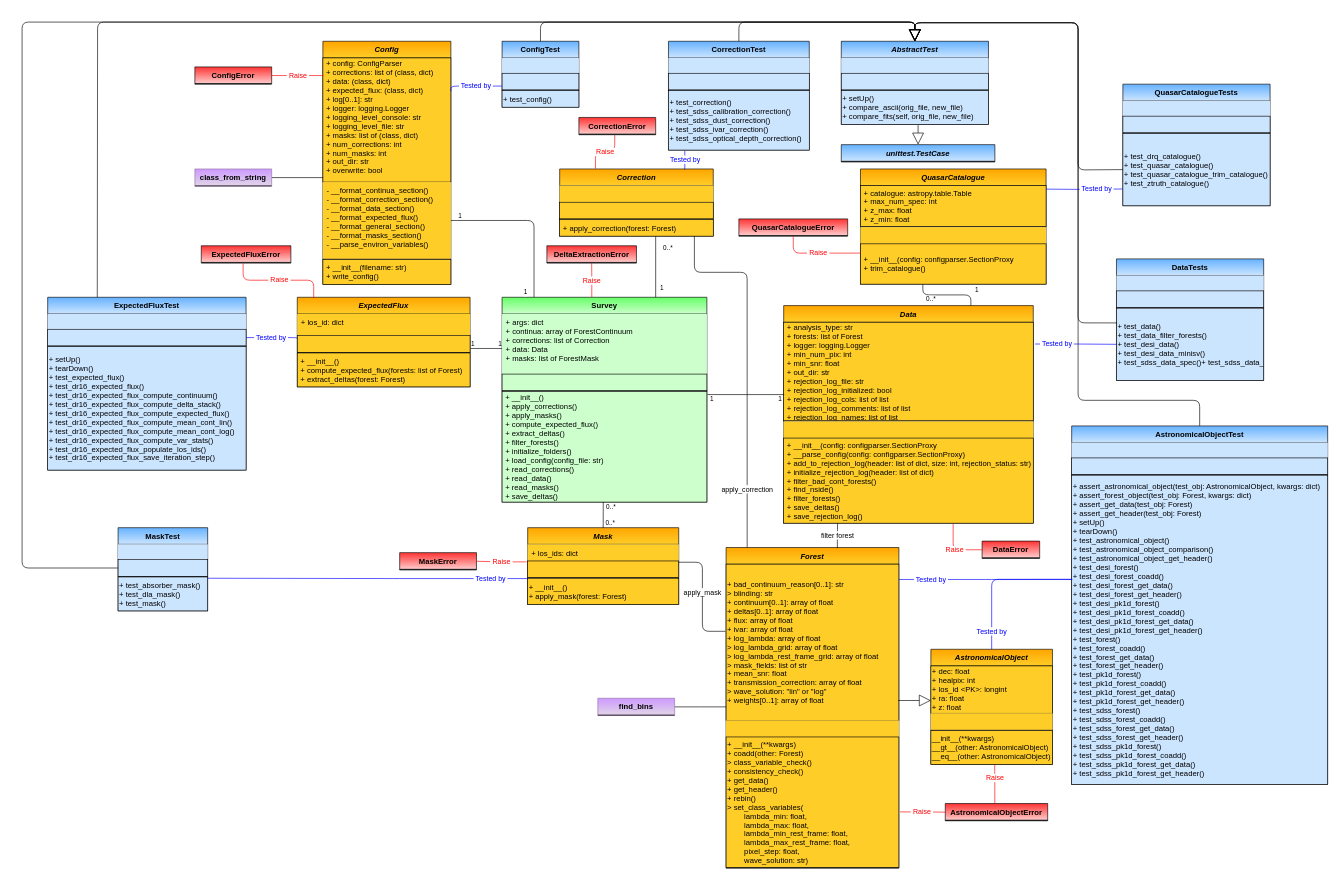
Above: page "Main" (1 of 7) of docs/delta_extraction/data_model/data_model.drawio in igmhub/picca (draw.io), before the change. Source tidied: cells renumbered, new cells numbered last; positions are measured from the earlier drawing's top-left corner, leaving out a move shared by most shapes. Both pictures are drawn from the tidied source at 64%, with x=0, y=0 at pixel (22, 22).
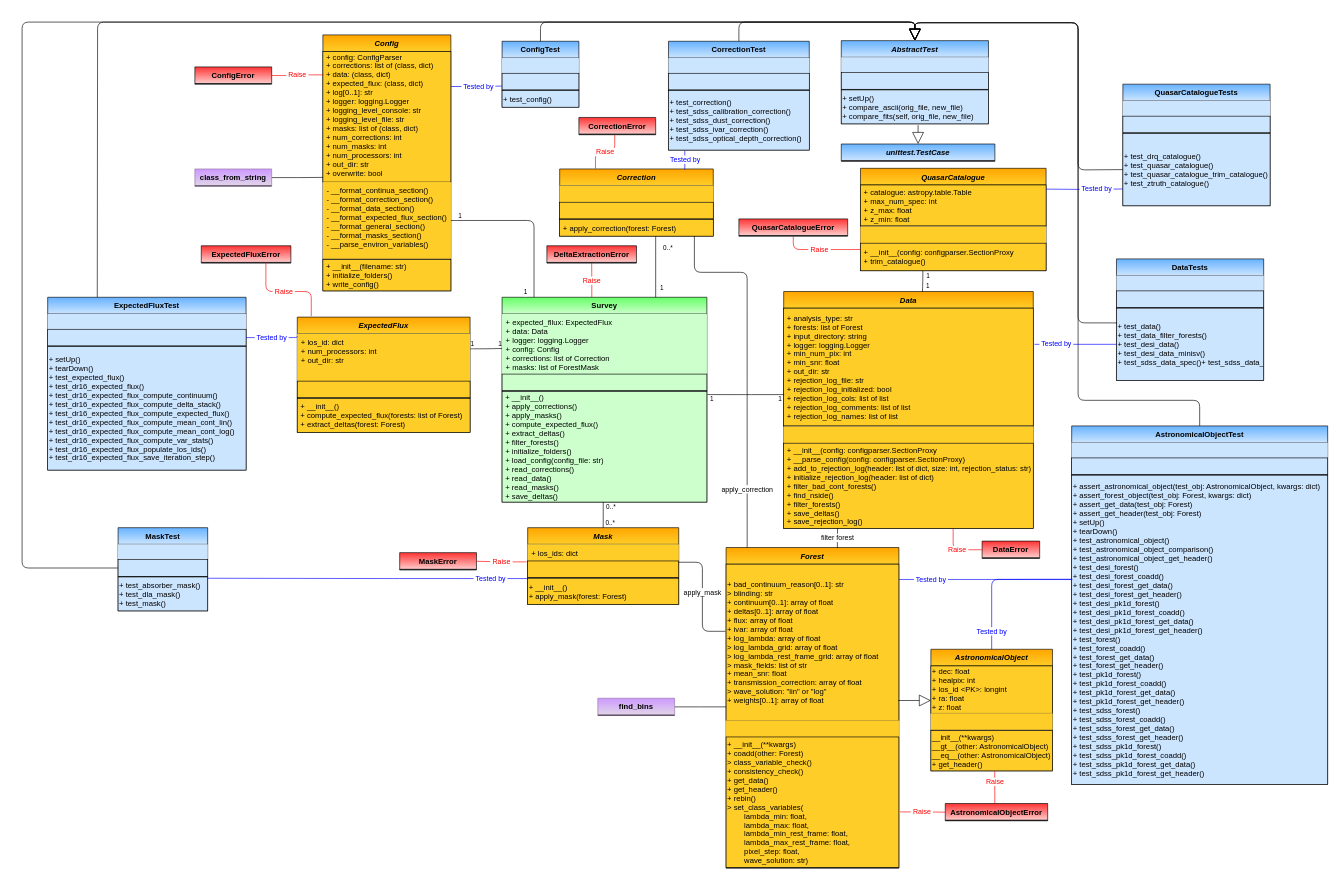
Above is the later version.

Commit message (it also covers changes not shown here):
updated data model

Unchanged cells that the change refers to:
```xml
<mxCell id="8" value="Survey" style="swimlane;fontStyle=1;horizontal=1;startSize=26;swimlaneFillColor=#ffffff;rounded=0;shadow=0;glass=0;comic=0;strokeColor=#000000;swimlaneLine=1;gradientDirection=north;fillColor=#CCFFCC;gradientColor=#66FF66;" parent="1" vertex="1">
  <mxGeometry x="750" y="430" width="320" height="320" as="geometry" />
</mxCell>
<mxCell id="51" value="ConfigError" style="swimlane;fontStyle=1;horizontal=1;startSize=26;swimlaneFillColor=#ffffff;rounded=0;shadow=0;glass=0;comic=0;strokeColor=#000000;swimlaneLine=1;gradientDirection=north;fillColor=#FFCCCC;gradientColor=#FF3333;" parent="1" vertex="1">
  <mxGeometry x="270" y="70" width="120" height="27" as="geometry" />
</mxCell>
<mxCell id="87" style="text;strokeColor=#000000;align=left;verticalAlign=middle;overflow=hidden;points=[[0,0.5],[1,0.5]];portConstraint=eastwest;rounded=0;shadow=0;glass=0;comic=0;fontStyle=0;gradientColor=none;swimlaneFillColor=#ffffff;gradientDirection=north;startSize=26;fillColor=#CCE5FF;" parent="85" vertex="1">
  <mxGeometry y="50" width="310" height="26" as="geometry" />
</mxCell>
<mxCell id="156" value="+ test_data()&#10;+ test_data_filter_forests()&#10;+ test_desi_data()&#10;+ test_desi_data_minisv()&#10;+ test_sdss_data_spec()+ test_sdss_data_spplate()" style="text;strokeColor=#000000;align=left;verticalAlign=middle;overflow=hidden;points=[[0,0.5],[1,0.5]];portConstraint=eastwest;rounded=0;shadow=0;glass=0;comic=0;fontStyle=0;gradientColor=none;swimlaneFillColor=#ffffff;gradientDirection=north;startSize=26;fillColor=#CCE5FF;" parent="152" vertex="1">
  <mxGeometry y="77" width="230" height="113" as="geometry" />
</mxCell>
<mxCell id="172" style="line;strokeWidth=1;fillColor=none;align=left;verticalAlign=middle;spacingTop=-1;spacingLeft=3;spacingRight=3;labelPosition=right;points=[];portConstraint=eastwest;rounded=0;shadow=0;glass=0;comic=0;" parent="171" vertex="1">
  <mxGeometry y="26" width="140" height="1" as="geometry" />
</mxCell>
```

Diff of the diagram source:
```diff
@@
-    <mxCell id="5" style="endArrow=none;html=1;edgeStyle=orthogonalEdgeStyle;entryX=0;entryY=0.25;entryDx=0;entryDy=0;exitX=1.003;exitY=0.775;exitDx=0;exitDy=0;exitPerimeter=0;" parent="1" edge="1" source="30" target="8">
-      <mxGeometry relative="1" as="geometry">
-        <Array as="points">
-          <mxPoint x="750" y="510" />
-        </Array>
-      </mxGeometry>
+    <mxCell id="5" style="endArrow=none;html=1;edgeStyle=orthogonalEdgeStyle;entryX=0;entryY=0.25;entryDx=0;entryDy=0;exitX=1;exitY=0.318;exitDx=0;exitDy=0;exitPerimeter=0;" parent="1" edge="1" source="29" target="8">
+      <mxGeometry relative="1" as="geometry" />
     </mxCell>
@@
-    <mxCell id="9" value="+ args: dict&#10;+ continua: array of ForestContinuum&#10;+ corrections: list of Correction&#10;+ data: Data&#10;+ masks: list of ForestMask&#10;" style="text;strokeColor=none;align=left;verticalAlign=top;spacingLeft=4;spacingRight=4;overflow=hidden;gradientColor=none;fillColor=#CCFFCC;" parent="8" vertex="1">
+    <mxCell id="9" value="+ expected_fllux: ExpectedFlux&#10;+ data: Data&#10;+ logger: logging.Logger&#10;+ config: Config&#10;+ corrections: list of Correction&#10;+ masks: list of ForestMask" style="text;strokeColor=none;align=left;verticalAlign=top;spacingLeft=4;spacingRight=4;overflow=hidden;gradientColor=none;fillColor=#CCFFCC;" parent="8" vertex="1">
       <mxGeometry y="26" width="320" height="94" as="geometry" />
     </mxCell>
@@
     <mxCell id="28" value="ExpectedFlux" style="swimlane;fontStyle=3;horizontal=1;startSize=26;fillColor=#ffcd28;swimlaneFillColor=#ffffff;rounded=0;shadow=0;glass=0;comic=0;strokeColor=#000000;gradientColor=#ffa500;swimlaneLine=1;gradientDirection=north;" parent="1" vertex="1">
-      <mxGeometry x="430" y="430" width="270" height="140" as="geometry" />
+      <mxGeometry x="430" y="461" width="270" height="180" as="geometry" />
     </mxCell>
-    <mxCell id="29" value="+ los_id: dict" style="text;strokeColor=none;fillColor=#ffcd28;align=left;verticalAlign=top;spacingLeft=4;spacingRight=4;overflow=hidden;points=[[0,0.5],[1,0.5]];portConstraint=eastwest;gradientColor=none;" parent="28" vertex="1">
-      <mxGeometry y="26" width="270" height="34" as="geometry" />
+    <mxCell id="29" value="+ los_id: dict&#10;+ num_processors: int&#10;+ out_dir: str" style="text;strokeColor=none;fillColor=#ffcd28;align=left;verticalAlign=top;spacingLeft=4;spacingRight=4;overflow=hidden;points=[[0,0.5],[1,0.5]];portConstraint=eastwest;gradientColor=none;" parent="28" vertex="1">
+      <mxGeometry y="26" width="270" height="74" as="geometry" />
     </mxCell>
     <mxCell id="30" style="text;strokeColor=#000000;fillColor=#ffcd28;align=left;verticalAlign=middle;overflow=hidden;points=[[0,0.5],[1,0.5]];portConstraint=eastwest;rounded=0;shadow=0;glass=0;comic=0;fontStyle=0;gradientColor=none;swimlaneFillColor=#ffffff;gradientDirection=north;startSize=26;" parent="28" vertex="1">
-      <mxGeometry y="60" width="270" height="26" as="geometry" />
+      <mxGeometry y="100" width="270" height="26" as="geometry" />
     </mxCell>
     <mxCell id="31" style="line;strokeWidth=1;fillColor=none;align=left;verticalAlign=middle;spacingTop=-1;spacingLeft=3;spacingRight=3;labelPosition=right;rounded=0;shadow=0;glass=0;comic=0;" parent="28" vertex="1">
-      <mxGeometry y="86" width="270" height="1" as="geometry" />
+      <mxGeometry y="126" width="270" height="1" as="geometry" />
     </mxCell>
     <mxCell id="32" value=" + __init__()&#10; + compute_expected_flux(forests: list of Forest)&#10; + extract_deltas(forest: Forest)" style="text;strokeColor=#000000;fillColor=#ffcd28;align=left;verticalAlign=middle;overflow=hidden;rounded=0;shadow=0;glass=0;comic=0;fontStyle=0;gradientColor=none;swimlaneFillColor=#ffffff;gradientDirection=north;startSize=26;" parent="28" vertex="1">
-      <mxGeometry y="87" width="270" height="53" as="geometry" />
+      <mxGeometry y="127" width="270" height="53" as="geometry" />
     </mxCell>
     <mxCell id="33" value="Config" style="swimlane;fontStyle=3;horizontal=1;startSize=26;fillColor=#ffcd28;swimlaneFillColor=#ffffff;rounded=0;shadow=0;glass=0;comic=0;strokeColor=#000000;gradientColor=#ffa500;swimlaneLine=1;gradientDirection=north;" parent="1" vertex="1">
-      <mxGeometry x="470" y="30" width="200" height="380" as="geometry" />
+      <mxGeometry x="470" y="20" width="200" height="400" as="geometry" />
     </mxCell>
-    <mxCell id="34" value=" + config: ConfigParser&#10; + corrections: list of (class, dict)&#10; + data: (class, dict)&#10; + expected_flux: (class, dict)&#10; + log[0..1]: str&#10; + logger: logging.Logger&#10; + logging_level_console: str&#10; + logging_level_file: str&#10; + masks: list of (class, dict)&#10; + num_corrections: int&#10; + num_masks: int&#10; + out_dir: str&#10; + overwrite: bool&#10;" style="text;strokeColor=#000000;fillColor=#ffcd28;align=left;verticalAlign=middle;overflow=hidden;points=[[0,0.5],[1,0.5]];portConstraint=eastwest;rounded=0;shadow=0;glass=0;comic=0;fontStyle=0;gradientColor=none;swimlaneFillColor=#ffffff;gradientDirection=north;startSize=26;" parent="33" vertex="1">
-      <mxGeometry y="26" width="200" height="194" as="geometry" />
+    <mxCell id="34" value=" + config: ConfigParser&#10; + corrections: list of (class, dict)&#10; + data: (class, dict)&#10; + expected_flux: (class, dict)&#10; + log[0..1]: str&#10; + logger: logging.Logger&#10; + logging_level_console: str&#10; + logging_level_file: str&#10; + masks: list of (class, dict)&#10; + num_corrections: int&#10; + num_masks: int&#10; + num_processors: int&#10; + out_dir: str&#10; + overwrite: bool&#10;" style="text;strokeColor=#000000;fillColor=#ffcd28;align=left;verticalAlign=middle;overflow=hidden;points=[[0,0.5],[1,0.5]];portConstraint=eastwest;rounded=0;shadow=0;glass=0;comic=0;fontStyle=0;gradientColor=none;swimlaneFillColor=#ffffff;gradientDirection=north;startSize=26;" parent="33" vertex="1">
+      <mxGeometry y="26" width="200" height="204" as="geometry" />
     </mxCell>
-    <mxCell id="35" value="- __format_continua_section()&#10;- __format_correction_section()&#10;- __format_data_section()&#10;- __format_expected_flux()&#10;- __format_general_section()&#10;- __format_masks_section()&#10;- __parse_environ_variables()" style="text;strokeColor=none;fillColor=#ffcd28;align=left;verticalAlign=top;spacingLeft=4;spacingRight=4;overflow=hidden;points=[[0,0.5],[1,0.5]];portConstraint=eastwest;gradientColor=none;" parent="33" vertex="1">
-      <mxGeometry y="220" width="200" height="120" as="geometry" />
+    <mxCell id="35" value="- __format_continua_section()&#10;- __format_correction_section()&#10;- __format_data_section()&#10;- __format_expected_flux_section()&#10;- __format_general_section()&#10;- __format_masks_section()&#10;- __parse_environ_variables()" style="text;strokeColor=none;fillColor=#ffcd28;align=left;verticalAlign=top;spacingLeft=4;spacingRight=4;overflow=hidden;points=[[0,0.5],[1,0.5]];portConstraint=eastwest;gradientColor=none;" parent="33" vertex="1">
+      <mxGeometry y="230" width="200" height="120" as="geometry" />
     </mxCell>
     <mxCell id="36" style="line;strokeWidth=1;fillColor=none;align=left;verticalAlign=middle;spacingTop=-1;spacingLeft=3;spacingRight=3;labelPosition=right;rounded=0;shadow=0;glass=0;comic=0;" parent="33" vertex="1">
-      <mxGeometry y="340" width="200" height="1" as="geometry" />
+      <mxGeometry y="350" width="200" height="1" as="geometry" />
     </mxCell>
-    <mxCell id="37" value=" + __init__(filename: str)&#10; + write_config()" style="text;strokeColor=#000000;fillColor=#ffcd28;align=left;verticalAlign=middle;overflow=hidden;rounded=0;shadow=0;glass=0;comic=0;fontStyle=0;gradientColor=none;swimlaneFillColor=#ffffff;gradientDirection=north;startSize=26;" parent="33" vertex="1">
-      <mxGeometry y="341" width="200" height="39" as="geometry" />
+    <mxCell id="37" value=" + __init__(filename: str)&#10; + initialize_folders()&#10; + write_config()" style="text;strokeColor=#000000;fillColor=#ffcd28;align=left;verticalAlign=middle;overflow=hidden;rounded=0;shadow=0;glass=0;comic=0;fontStyle=0;gradientColor=none;swimlaneFillColor=#ffffff;gradientDirection=north;startSize=26;" parent="33" vertex="1">
+      <mxGeometry y="351" width="200" height="49" as="geometry" />
     </mxCell>
@@
     <mxCell id="62" value="AbstractTest" style="swimlane;fontStyle=3;horizontal=1;startSize=26;swimlaneFillColor=#ffffff;rounded=0;shadow=0;glass=0;comic=0;strokeColor=#000000;swimlaneLine=1;gradientDirection=north;gradientColor=#66B2FF;fillColor=#CCE5FF;" parent="1" vertex="1">
-      <mxGeometry x="1280" y="30" width="230" height="130" as="geometry" />
+      <mxGeometry x="1280" y="29" width="230" height="130" as="geometry" />
     </mxCell>
@@
-    <mxCell id="76" value="&amp;nbsp;Raise&amp;nbsp;" style="endArrow=none;html=1;edgeStyle=orthogonalEdgeStyle;entryX=1;entryY=0.5;entryDx=0;entryDy=0;exitX=0.004;exitY=0.142;exitDx=0;exitDy=0;exitPerimeter=0;strokeColor=#FF0000;fontColor=#FF0000;" parent="1" edge="1" source="34" target="51">
+    <mxCell id="76" value="&amp;nbsp;Raise&amp;nbsp;" style="endArrow=none;html=1;edgeStyle=orthogonalEdgeStyle;entryX=1;entryY=0.5;entryDx=0;entryDy=0;exitX=0.005;exitY=0.179;exitDx=0;exitDy=0;exitPerimeter=0;strokeColor=#FF0000;fontColor=#FF0000;" parent="1" edge="1" source="34" target="51">
       <mxGeometry relative="1" as="geometry" />
     </mxCell>
@@
     <mxCell id="95" value="Data" style="swimlane;fontStyle=3;horizontal=1;startSize=26;fillColor=#ffcd28;swimlaneFillColor=#ffffff;rounded=0;shadow=0;glass=0;comic=0;strokeColor=#000000;gradientColor=#ffa500;swimlaneLine=1;gradientDirection=north;" parent="1" vertex="1">
-      <mxGeometry x="1190" y="443" width="390" height="340" as="geometry" />
+      <mxGeometry x="1190" y="421" width="390" height="370" as="geometry" />
     </mxCell>
-    <mxCell id="96" value=" + analysis_type: str&#10; + forests: list of Forest&#10; + logger: logging.Logger&#10; + min_num_pix: int&#10; + min_snr: float&#10; + out_dir: str&#10; + rejection_log_file: str&#10; + rejection_log_initialized: bool&#10; + rejection_log_cols: list of list&#10; + rejection_log_comments: list of list&#10; + rejection_log_names: list of list" style="text;strokeColor=#000000;fillColor=#ffcd28;align=left;verticalAlign=middle;overflow=hidden;points=[[0,0.5],[1,0.5]];portConstraint=eastwest;rounded=0;shadow=0;glass=0;comic=0;fontStyle=0;gradientColor=none;swimlaneFillColor=#ffffff;gradientDirection=north;startSize=26;" parent="95" vertex="1">
-      <mxGeometry y="26" width="390" height="154" as="geometry" />
+    <mxCell id="96" value=" + analysis_type: str&#10; + forests: list of Forest&#10; + input_directory: string&#10; + logger: logging.Logger&#10; + min_num_pix: int&#10; + min_snr: float&#10; + out_dir: str&#10; + rejection_log_file: str&#10; + rejection_log_initialized: bool&#10; + rejection_log_cols: list of list&#10; + rejection_log_comments: list of list&#10; + rejection_log_names: list of list" style="text;strokeColor=#000000;fillColor=#ffcd28;align=left;verticalAlign=middle;overflow=hidden;points=[[0,0.5],[1,0.5]];portConstraint=eastwest;rounded=0;shadow=0;glass=0;comic=0;fontStyle=0;gradientColor=none;swimlaneFillColor=#ffffff;gradientDirection=north;startSize=26;" parent="95" vertex="1">
+      <mxGeometry y="26" width="390" height="184" as="geometry" />
     </mxCell>
     <mxCell id="97" style="line;strokeWidth=1;fillColor=none;align=left;verticalAlign=middle;spacingTop=-1;spacingLeft=3;spacingRight=3;labelPosition=right;rounded=0;shadow=0;glass=0;comic=0;" parent="95" vertex="1">
-      <mxGeometry y="180" width="390" height="1" as="geometry" />
+      <mxGeometry y="210" width="390" height="1" as="geometry" />
     </mxCell>
     <mxCell id="98" style="text;strokeColor=none;fillColor=#ffcd28;align=left;verticalAlign=top;spacingLeft=4;spacingRight=4;overflow=hidden;gradientColor=none;" parent="95" vertex="1">
-      <mxGeometry y="181" width="390" height="26" as="geometry" />
+      <mxGeometry y="211" width="390" height="26" as="geometry" />
     </mxCell>
     <mxCell id="99" value=" + __init__(config: configparser.SectionProxy&#10; + __parse_config(config: configparser.SectionProxy)&#10; + add_to_rejection_log(header: list of dict, size: int, rejection_status: str)&#10; + initialize_rejection_log(header: list of dict)&#10; + filter_bad_cont_forests()&#10; + find_nside()&#10; + filter_forests()&#10; + save_deltas()&#10; + save_rejection_log()" style="text;strokeColor=#000000;fillColor=#ffcd28;align=left;verticalAlign=middle;overflow=hidden;points=[[0,0.5],[1,0.5]];portConstraint=eastwest;rounded=0;shadow=0;glass=0;comic=0;fontStyle=0;gradientColor=none;swimlaneFillColor=#ffffff;gradientDirection=north;startSize=26;" parent="95" vertex="1">
-      <mxGeometry y="207" width="390" height="133" as="geometry" />
+      <mxGeometry y="237" width="390" height="133" as="geometry" />
     </mxCell>
@@
     <mxCell id="106" value="AstronomicalObject" style="swimlane;fontStyle=3;horizontal=1;startSize=26;fillColor=#ffcd28;swimlaneFillColor=#ffffff;rounded=0;shadow=0;glass=0;comic=0;strokeColor=#000000;gradientColor=#ffa500;swimlaneLine=1;gradientDirection=north;" parent="1" vertex="1">
-      <mxGeometry x="1420" y="980" width="190" height="180" as="geometry" />
+      <mxGeometry x="1420" y="980" width="190" height="190" as="geometry" />
     </mxCell>
@@
-    <mxCell id="110" value="__init__(**kwargs)&#10;__gt__(other: AstronomicalObject)&#10;__eq__(other: AstronomicalObject)" style="text;strokeColor=#000000;fillColor=#ffcd28;align=left;verticalAlign=middle;overflow=hidden;points=[[0,0.5],[1,0.5]];portConstraint=eastwest;rounded=0;shadow=0;glass=0;comic=0;fontStyle=0;gradientColor=none;swimlaneFillColor=#ffffff;gradientDirection=north;startSize=26;" parent="106" vertex="1">
-      <mxGeometry y="127" width="190" height="53" as="geometry" />
+    <mxCell id="110" value="__init__(**kwargs)&#10;__gt__(other: AstronomicalObject)&#10;__eq__(other: AstronomicalObject)&#10;+ get_header()" style="text;strokeColor=#000000;fillColor=#ffcd28;align=left;verticalAlign=middle;overflow=hidden;points=[[0,0.5],[1,0.5]];portConstraint=eastwest;rounded=0;shadow=0;glass=0;comic=0;fontStyle=0;gradientColor=none;swimlaneFillColor=#ffffff;gradientDirection=north;startSize=26;" parent="106" vertex="1">
+      <mxGeometry y="127" width="190" height="63" as="geometry" />
     </mxCell>
@@
-    <mxCell id="124" value="&lt;font color=&quot;#0000ff&quot;&gt;&amp;nbsp;Tested by&amp;nbsp;&lt;/font&gt;" style="endArrow=none;html=1;edgeStyle=orthogonalEdgeStyle;entryX=1;entryY=0.5;entryDx=0;entryDy=0;exitX=0;exitY=0.17;exitDx=0;exitDy=0;exitPerimeter=0;strokeColor=#0000FF;" parent="1" edge="1" source="30" target="87">
+    <mxCell id="124" value="&lt;font color=&quot;#0000ff&quot;&gt;&amp;nbsp;Tested by&amp;nbsp;&lt;/font&gt;" style="endArrow=none;html=1;edgeStyle=orthogonalEdgeStyle;entryX=1;entryY=0.5;entryDx=0;entryDy=0;strokeColor=#0000FF;" parent="1" edge="1" target="87">
       <mxGeometry x="0.02" relative="1" as="geometry">
+        <mxPoint x="430" y="491" as="sourcePoint" />
         <Array as="points">
           <mxPoint x="430" y="493" />
         </Array>
       </mxGeometry>
     </mxCell>
@@
     <mxCell id="128" value="QuasarCatalogue" style="swimlane;fontStyle=3;horizontal=1;startSize=26;fillColor=#ffcd28;swimlaneFillColor=#ffffff;rounded=0;shadow=0;glass=0;comic=0;strokeColor=#000000;gradientColor=#ffa500;swimlaneLine=1;gradientDirection=north;" parent="1" vertex="1">
-      <mxGeometry x="1310" y="229.5" width="290" height="180" as="geometry" />
+      <mxGeometry x="1310" y="228.5" width="290" height="160" as="geometry" />
     </mxCell>
@@
     <mxCell id="132" value=" + __init__(config: configparser.SectionProxy&#10; + trim_catalogue()" style="text;strokeColor=#000000;fillColor=#ffcd28;align=left;verticalAlign=middle;overflow=hidden;points=[[0,0.5],[1,0.5]];portConstraint=eastwest;rounded=0;shadow=0;glass=0;comic=0;fontStyle=0;gradientColor=none;swimlaneFillColor=#ffffff;gradientDirection=north;startSize=26;" parent="128" vertex="1">
-      <mxGeometry y="117" width="290" height="63" as="geometry" />
+      <mxGeometry y="117" width="290" height="43" as="geometry" />
     </mxCell>
-    <mxCell id="133" style="endArrow=none;html=1;edgeStyle=orthogonalEdgeStyle;entryX=0.75;entryY=0;entryDx=0;entryDy=0;exitX=0.336;exitY=1.008;exitDx=0;exitDy=0;exitPerimeter=0;" parent="1" edge="1" source="132" target="95">
+    <mxCell id="133" style="endArrow=none;html=1;edgeStyle=orthogonalEdgeStyle;entryX=0.556;entryY=0.001;entryDx=0;entryDy=0;exitX=0.336;exitY=1.008;exitDx=0;exitDy=0;exitPerimeter=0;entryPerimeter=0;" parent="1" edge="1" source="132" target="95">
       <mxGeometry relative="1" as="geometry" />
     </mxCell>
-    <mxCell id="134" value="0..*" style="html=1;align=left;verticalAlign=bottom;labelBackgroundColor=#ffffff;fontSize=10;" parent="133" vertex="1">
+    <mxCell id="134" value="1" style="html=1;align=left;verticalAlign=bottom;labelBackgroundColor=#ffffff;fontSize=10;" parent="133" vertex="1">
       <mxGeometry x="-1" relative="1" as="geometry">
         <mxPoint x="3.6" y="31" as="offset" />
       </mxGeometry>
     </mxCell>
@@
-    <mxCell id="164" value="&lt;font color=&quot;#0000ff&quot;&gt;&amp;nbsp;Tested by&amp;nbsp;&lt;/font&gt;" style="endArrow=none;html=1;edgeStyle=orthogonalEdgeStyle;strokeColor=#0000FF;exitX=1.007;exitY=0.221;exitDx=0;exitDy=0;entryX=0;entryY=0.5;entryDx=0;entryDy=0;exitPerimeter=0;" parent="1" edge="1" source="96" target="156">
+    <mxCell id="164" value="&lt;font color=&quot;#0000ff&quot;&gt;&amp;nbsp;Tested by&amp;nbsp;&lt;/font&gt;" style="endArrow=none;html=1;edgeStyle=orthogonalEdgeStyle;strokeColor=#0000FF;exitX=1.005;exitY=0.307;exitDx=0;exitDy=0;entryX=0;entryY=0.5;entryDx=0;entryDy=0;exitPerimeter=0;" parent="1" edge="1" source="96" target="156">
       <mxGeometry x="-0.47" relative="1" as="geometry" />
     </mxCell>
@@
     <mxCell id="168" value="unittest.TestCase" style="swimlane;fontStyle=3;horizontal=1;startSize=26;swimlaneFillColor=#ffffff;rounded=0;shadow=0;glass=0;comic=0;strokeColor=#000000;swimlaneLine=1;gradientDirection=north;gradientColor=#66B2FF;fillColor=#CCE5FF;" parent="1" vertex="1">
-      <mxGeometry x="1280" y="191.5" width="240" height="27" as="geometry" />
+      <mxGeometry x="1280" y="190.5" width="240" height="27" as="geometry" />
     </mxCell>
@@
-    <mxCell id="173" value="&amp;nbsp;Raise&amp;nbsp;" style="endArrow=none;html=1;edgeStyle=orthogonalEdgeStyle;entryX=0.467;entryY=1.667;entryDx=0;entryDy=0;entryPerimeter=0;exitX=0.095;exitY=0.009;exitDx=0;exitDy=0;strokeColor=#FF0000;fontColor=#FF0000;exitPerimeter=0;" parent="1" edge="1" source="28" target="172">
-      <mxGeometry relative="1" as="geometry" />
+    <mxCell id="173" value="&amp;nbsp;Raise&amp;nbsp;" style="endArrow=none;html=1;edgeStyle=orthogonalEdgeStyle;exitX=0.081;exitY=-0.008;exitDx=0;exitDy=0;strokeColor=#FF0000;fontColor=#FF0000;exitPerimeter=0;entryX=0.721;entryY=0;entryDx=0;entryDy=0;entryPerimeter=0;" parent="1" edge="1" source="28" target="172">
+      <mxGeometry x="0.04" relative="1" as="geometry">
+        <Array as="points">
+          <mxPoint x="452" y="421" />
+          <mxPoint x="381" y="421" />
+        </Array>
+      </mxGeometry>
     </mxCell>
```
